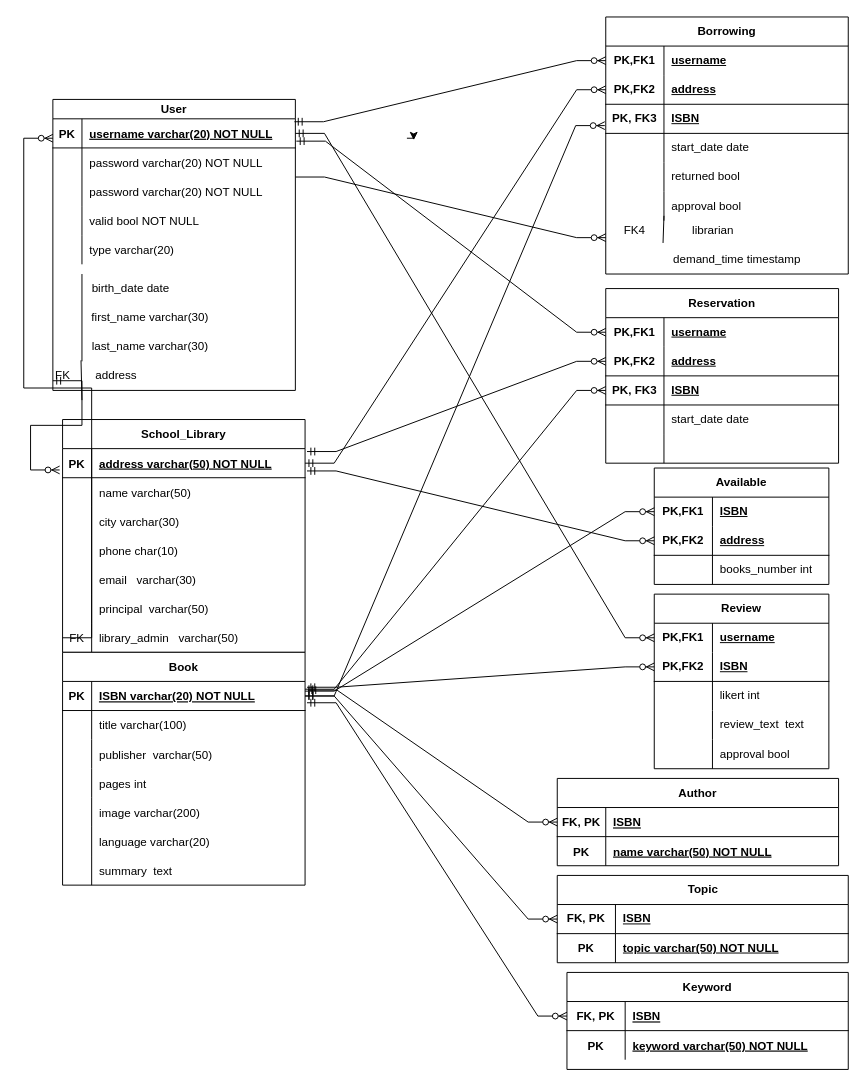
The draw.io diagram Relational Schema.drawio in ntua-el20069/school-library-app, before the edit. Source tidied: cells renumbered, new cells numbered last; positions are measured from the earlier drawing's top-left corner, leaving out a move shared by most shapes. Both pictures are drawn from the tidied source at 97%, with x=0, y=0 at pixel (43, 16).
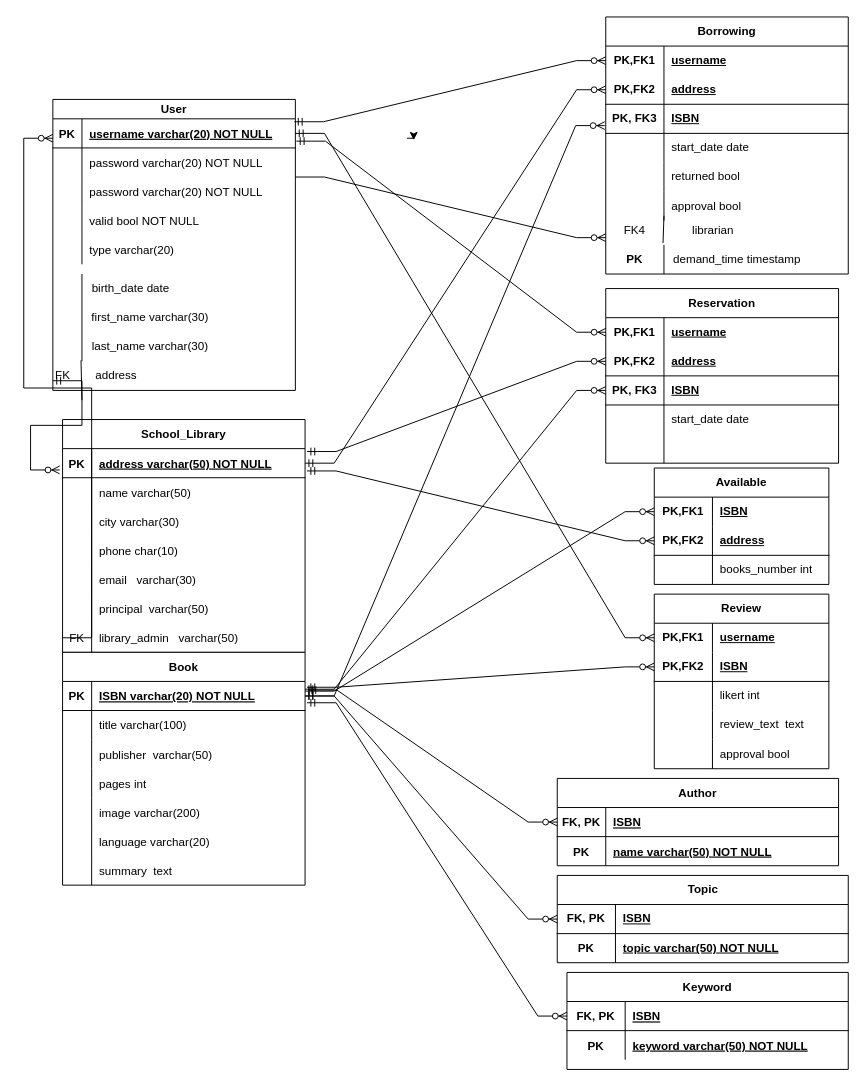
The same page after the edit.

Commit message:
Relational Schema - added demand time to primary key.drawio

Diff of the diagram source:
```diff
@@
+    <mxCell id="173" value="&lt;b&gt;PK&lt;/b&gt;" style="text;html=1;strokeColor=none;fillColor=none;align=center;verticalAlign=middle;whiteSpace=wrap;rounded=0;" parent="1" vertex="1">
+      <mxGeometry x="580" y="235" width="60" height="30" as="geometry" />
+    </mxCell>
+    <mxCell id="174" style="endArrow=none;html=1;rounded=0;entryX=1;entryY=0;entryDx=0;entryDy=0;exitX=1;exitY=1;exitDx=0;exitDy=0;" parent="1" edge="1" source="173" target="173">
+      <mxGeometry relative="1" as="geometry" />
+    </mxCell>
```
